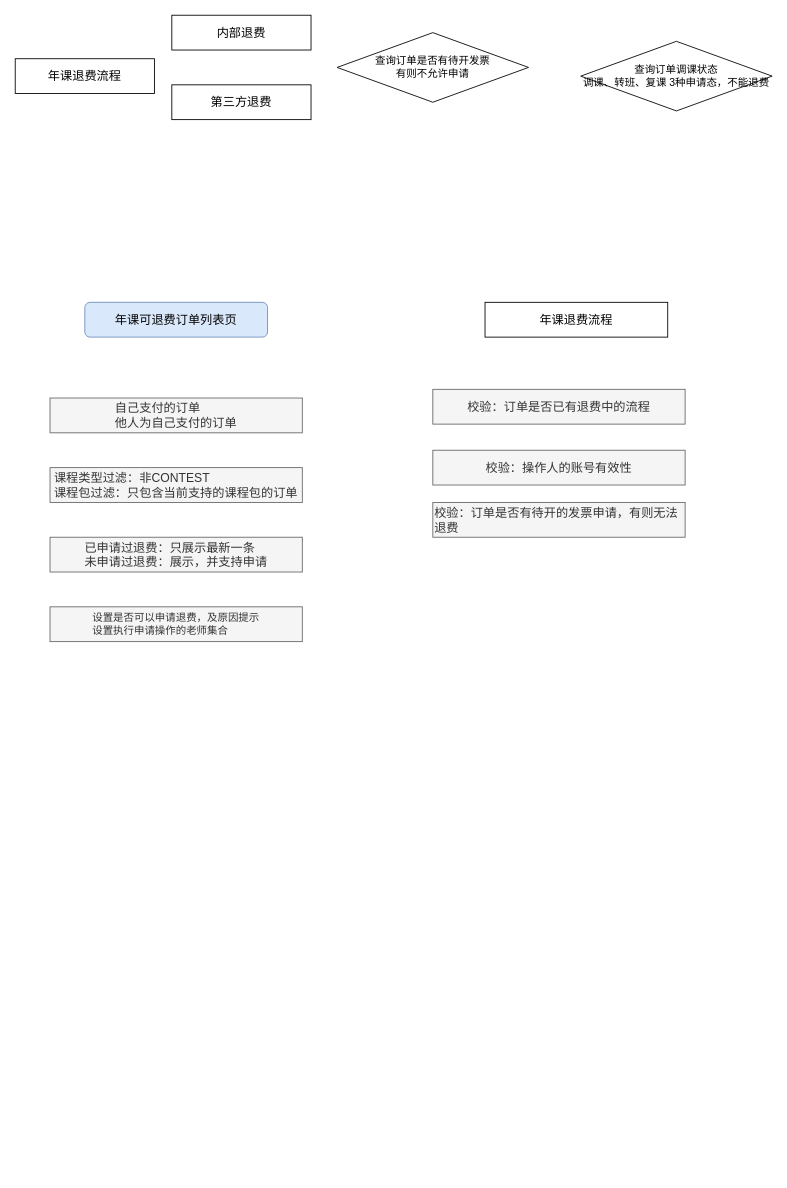
Before: 核桃-班级业务概念.drawio in hongweilv-whu/flowCharts, a draw.io diagram. Source tidied: cells renumbered, new cells numbered last; positions are measured from the earlier drawing's top-left corner, leaving out a move shared by most shapes. Both pictures are drawn from the tidied source at 87%, with x=0, y=0 at pixel (15, 15).
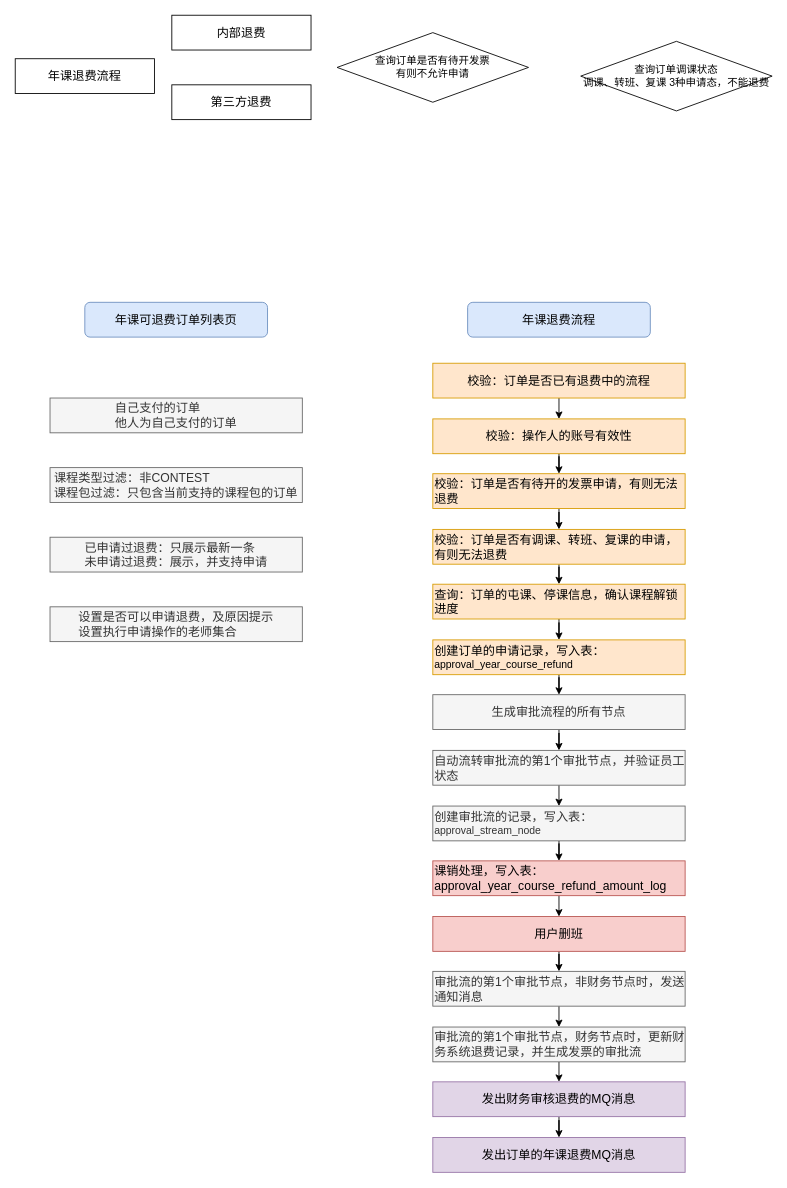
After the change.

Commit message (it also covers changes not shown here):
更新核桃-班级业务概念.drawio

Change to the diagram source:
```diff
@@
-    <mxCell id="8" value="&lt;font style=&quot;font-size: 14px;&quot;&gt;年课退费流程&lt;/font&gt;" style="rounded=0;whiteSpace=wrap;html=1;" parent="1" vertex="1">
-      <mxGeometry x="540" y="330" width="210" height="40" as="geometry" />
+    <mxCell id="8" value="&lt;font style=&quot;font-size: 14px;&quot;&gt;年课退费流程&lt;/font&gt;" style="rounded=1;whiteSpace=wrap;html=1;fillColor=#dae8fc;strokeColor=#6c8ebf;" parent="1" vertex="1">
+      <mxGeometry x="520" y="330" width="210" height="40" as="geometry" />
     </mxCell>
-    <mxCell id="9" value="&lt;div style=&quot;text-align: left;&quot;&gt;&lt;span style=&quot;font-size: 14px; background-color: initial;&quot;&gt;自己支付的订单&lt;/span&gt;&lt;/div&gt;&lt;font style=&quot;font-size: 14px;&quot;&gt;&lt;div style=&quot;text-align: left;&quot;&gt;&lt;span style=&quot;background-color: initial;&quot;&gt;他人为自己支付的订单&lt;/span&gt;&lt;/div&gt;&lt;/font&gt;" style="rounded=0;whiteSpace=wrap;html=1;fillColor=#f5f5f5;fontColor=#333333;strokeColor=#666666;" parent="1" vertex="1">
+    <mxCell id="9" value="&lt;div style=&quot;text-align: left; font-size: 14px;&quot;&gt;&lt;span style=&quot;font-size: 14px; background-color: initial;&quot;&gt;自己支付的订单&lt;/span&gt;&lt;/div&gt;&lt;font style=&quot;font-size: 14px;&quot;&gt;&lt;div style=&quot;text-align: left; font-size: 14px;&quot;&gt;&lt;span style=&quot;background-color: initial; font-size: 14px;&quot;&gt;他人为自己支付的订单&lt;/span&gt;&lt;/div&gt;&lt;/font&gt;" style="rounded=0;whiteSpace=wrap;html=1;fillColor=#f5f5f5;fontColor=#333333;strokeColor=#666666;fontSize=14;" parent="1" vertex="1">
       <mxGeometry x="40" y="440" width="290" height="40" as="geometry" />
     </mxCell>
-    <mxCell id="10" value="&lt;div style=&quot;text-align: left;&quot;&gt;&lt;span style=&quot;font-size: 14px;&quot;&gt;课程类型过滤：非CONTEST&lt;/span&gt;&lt;/div&gt;&lt;div style=&quot;text-align: left;&quot;&gt;&lt;span style=&quot;font-size: 14px;&quot;&gt;课程包过滤：只包含当前支持的课程包的订单&lt;/span&gt;&lt;/div&gt;" style="rounded=0;whiteSpace=wrap;html=1;fillColor=#f5f5f5;fontColor=#333333;strokeColor=#666666;" parent="1" vertex="1">
+    <mxCell id="10" value="&lt;div style=&quot;text-align: left; font-size: 14px;&quot;&gt;&lt;span style=&quot;font-size: 14px;&quot;&gt;课程类型过滤：非CONTEST&lt;/span&gt;&lt;/div&gt;&lt;div style=&quot;text-align: left; font-size: 14px;&quot;&gt;&lt;span style=&quot;font-size: 14px;&quot;&gt;课程包过滤：只包含当前支持的课程包的订单&lt;/span&gt;&lt;/div&gt;" style="rounded=0;whiteSpace=wrap;html=1;fillColor=#f5f5f5;fontColor=#333333;strokeColor=#666666;fontSize=14;" parent="1" vertex="1">
       <mxGeometry x="40" y="520" width="290" height="40" as="geometry" />
     </mxCell>
-    <mxCell id="11" value="&lt;div style=&quot;text-align: left;&quot;&gt;&lt;span style=&quot;font-size: 14px;&quot;&gt;已申请过退费：只展示最新一条&lt;/span&gt;&lt;/div&gt;&lt;div style=&quot;text-align: left;&quot;&gt;&lt;span style=&quot;font-size: 14px;&quot;&gt;未申请过退费：展示，并支持申请&lt;/span&gt;&lt;/div&gt;" style="rounded=0;whiteSpace=wrap;html=1;fillColor=#f5f5f5;fontColor=#333333;strokeColor=#666666;" parent="1" vertex="1">
+    <mxCell id="11" value="&lt;div style=&quot;text-align: left; font-size: 14px;&quot;&gt;&lt;span style=&quot;font-size: 14px;&quot;&gt;已申请过退费：只展示最新一条&lt;/span&gt;&lt;/div&gt;&lt;div style=&quot;text-align: left; font-size: 14px;&quot;&gt;&lt;span style=&quot;font-size: 14px;&quot;&gt;未申请过退费：展示，并支持申请&lt;/span&gt;&lt;/div&gt;" style="rounded=0;whiteSpace=wrap;html=1;fillColor=#f5f5f5;fontColor=#333333;strokeColor=#666666;fontSize=14;" parent="1" vertex="1">
       <mxGeometry x="40" y="600" width="290" height="40" as="geometry" />
     </mxCell>
-    <mxCell id="12" value="&lt;div style=&quot;text-align: left;&quot;&gt;设置是否可以申请退费，及原因提示&lt;br&gt;设置执行申请操作的老师集合&lt;/div&gt;" style="rounded=0;whiteSpace=wrap;html=1;fillColor=#f5f5f5;fontColor=#333333;strokeColor=#666666;" parent="1" vertex="1">
+    <mxCell id="12" value="&lt;div style=&quot;text-align: left; font-size: 14px;&quot;&gt;设置是否可以申请退费，及原因提示&lt;br style=&quot;font-size: 14px;&quot;&gt;设置执行申请操作的老师集合&lt;/div&gt;" style="rounded=0;whiteSpace=wrap;html=1;fillColor=#f5f5f5;fontColor=#333333;strokeColor=#666666;fontSize=14;" parent="1" vertex="1">
       <mxGeometry x="40" y="680" width="290" height="40" as="geometry" />
     </mxCell>
+    <mxCell id="16" style="edgeStyle=orthogonalEdgeStyle;rounded=0;jettySize=auto;html=1;exitX=0.5;exitY=1;exitDx=0;exitDy=0;entryX=0.5;entryY=0;entryDx=0;entryDy=0;" parent="1" edge="1" source="13" target="14">
+      <mxGeometry relative="1" as="geometry" />
+    </mxCell>
-    <mxCell id="13" value="&lt;div style=&quot;text-align: left;&quot;&gt;&lt;span style=&quot;font-size: 14px;&quot;&gt;校验：订单是否已有退费中的流程&lt;/span&gt;&lt;/div&gt;" style="rounded=0;whiteSpace=wrap;html=1;fillColor=#f5f5f5;fontColor=#333333;strokeColor=#666666;" parent="1" vertex="1">
-      <mxGeometry x="480" y="430" width="290" height="40" as="geometry" />
+    <mxCell id="13" value="&lt;div style=&quot;&quot;&gt;&lt;span style=&quot;font-size: 14px;&quot;&gt;校验：订单是否已有退费中的流程&lt;/span&gt;&lt;/div&gt;" style="rounded=0;whiteSpace=wrap;html=1;fillColor=#ffe6cc;strokeColor=#d79b00;align=center;" parent="1" vertex="1">
+      <mxGeometry x="480" y="400" width="290" height="40" as="geometry" />
     </mxCell>
+    <mxCell id="17" style="edgeStyle=orthogonalEdgeStyle;rounded=0;jettySize=auto;html=1;exitX=0.5;exitY=1;exitDx=0;exitDy=0;" parent="1" edge="1" source="14" target="15">
+      <mxGeometry relative="1" as="geometry" />
+    </mxCell>
-    <mxCell id="14" value="&lt;div style=&quot;&quot;&gt;&lt;span style=&quot;font-size: 14px;&quot;&gt;校验：操作人的账号有效性&lt;/span&gt;&lt;/div&gt;" style="rounded=0;whiteSpace=wrap;html=1;fillColor=#f5f5f5;fontColor=#333333;strokeColor=#666666;align=center;" parent="1" vertex="1">
-      <mxGeometry x="480" y="500" width="290" height="40" as="geometry" />
+    <mxCell id="14" value="&lt;div style=&quot;&quot;&gt;&lt;span style=&quot;font-size: 14px;&quot;&gt;校验：操作人的账号有效性&lt;/span&gt;&lt;/div&gt;" style="rounded=0;whiteSpace=wrap;html=1;fillColor=#ffe6cc;strokeColor=#d79b00;align=center;" parent="1" vertex="1">
+      <mxGeometry x="480" y="464" width="290" height="40" as="geometry" />
     </mxCell>
+    <mxCell id="18" style="edgeStyle=orthogonalEdgeStyle;rounded=0;jettySize=auto;html=1;exitX=0.5;exitY=1;exitDx=0;exitDy=0;" parent="1" edge="1" source="15" target="20">
+      <mxGeometry relative="1" as="geometry" />
+    </mxCell>
-    <mxCell id="15" value="&lt;div style=&quot;&quot;&gt;&lt;span style=&quot;font-size: 14px;&quot;&gt;校验：订单是否有待开的发票申请，有则无法退费&lt;/span&gt;&lt;/div&gt;" style="rounded=0;whiteSpace=wrap;html=1;fillColor=#f5f5f5;fontColor=#333333;strokeColor=#666666;align=left;" parent="1" vertex="1">
-      <mxGeometry x="480" y="560" width="290" height="40" as="geometry" />
+    <mxCell id="15" value="&lt;div style=&quot;&quot;&gt;&lt;span style=&quot;font-size: 14px;&quot;&gt;校验：订单是否有待开的发票申请，有则无法退费&lt;/span&gt;&lt;/div&gt;" style="rounded=0;whiteSpace=wrap;html=1;fillColor=#ffe6cc;strokeColor=#d79b00;align=left;" parent="1" vertex="1">
+      <mxGeometry x="480" y="527" width="290" height="40" as="geometry" />
     </mxCell>
+    <mxCell id="19" style="edgeStyle=orthogonalEdgeStyle;rounded=0;jettySize=auto;html=1;exitX=0.5;exitY=1;exitDx=0;exitDy=0;" parent="1" edge="1" source="20" target="22">
+      <mxGeometry relative="1" as="geometry" />
+    </mxCell>
+    <mxCell id="20" value="&lt;div style=&quot;&quot;&gt;&lt;span style=&quot;font-size: 14px;&quot;&gt;校验：订单是否有调课、转班、复课的申请，有则无法退费&lt;/span&gt;&lt;/div&gt;" style="rounded=0;whiteSpace=wrap;html=1;fillColor=#ffe6cc;strokeColor=#d79b00;align=left;" parent="1" vertex="1">
+      <mxGeometry x="480" y="591" width="290" height="40" as="geometry" />
+    </mxCell>
+    <mxCell id="21" style="edgeStyle=orthogonalEdgeStyle;rounded=0;jettySize=auto;html=1;exitX=0.5;exitY=1;exitDx=0;exitDy=0;" parent="1" edge="1" source="22" target="24">
+      <mxGeometry relative="1" as="geometry" />
+    </mxCell>
+    <mxCell id="22" value="&lt;div style=&quot;&quot;&gt;&lt;span style=&quot;font-size: 14px;&quot;&gt;查询：订单的屯课、停课信息，确认课程解锁进度&lt;/span&gt;&lt;/div&gt;" style="rounded=0;whiteSpace=wrap;html=1;fillColor=#ffe6cc;strokeColor=#d79b00;align=left;" parent="1" vertex="1">
+      <mxGeometry x="480" y="654" width="290" height="40" as="geometry" />
+    </mxCell>
+    <mxCell id="23" style="edgeStyle=orthogonalEdgeStyle;rounded=0;jettySize=auto;html=1;exitX=0.5;exitY=1;exitDx=0;exitDy=0;" parent="1" edge="1" source="24" target="26">
+      <mxGeometry relative="1" as="geometry" />
+    </mxCell>
+    <mxCell id="24" value="&lt;div style=&quot;&quot;&gt;&lt;span style=&quot;font-size: 14px;&quot;&gt;创建订单的申请记录，写入表：&lt;/span&gt;&lt;/div&gt;approval_year_course_refund" style="rounded=0;whiteSpace=wrap;html=1;fillColor=#ffe6cc;strokeColor=#d79b00;align=left;" parent="1" vertex="1">
+      <mxGeometry x="480" y="718" width="290" height="40" as="geometry" />
+    </mxCell>
+    <mxCell id="25" style="edgeStyle=orthogonalEdgeStyle;rounded=0;jettySize=auto;html=1;exitX=0.5;exitY=1;exitDx=0;exitDy=0;" parent="1" edge="1" source="26" target="30">
+      <mxGeometry relative="1" as="geometry" />
+    </mxCell>
+    <mxCell id="26" value="&lt;span style=&quot;font-size: 14px;&quot;&gt;生成审批流程的所有节点&lt;/span&gt;&lt;div style=&quot;&quot;&gt;&lt;/div&gt;" style="rounded=0;whiteSpace=wrap;html=1;fillColor=#f5f5f5;fontColor=#333333;strokeColor=#666666;align=center;" parent="1" vertex="1">
+      <mxGeometry x="480" y="781" width="290" height="40" as="geometry" />
+    </mxCell>
+    <mxCell id="27" style="edgeStyle=orthogonalEdgeStyle;rounded=0;jettySize=auto;html=1;exitX=0.5;exitY=1;exitDx=0;exitDy=0;" parent="1" edge="1" source="28" target="32">
+      <mxGeometry relative="1" as="geometry" />
+    </mxCell>
+    <mxCell id="28" value="&lt;div style=&quot;&quot;&gt;&lt;span style=&quot;font-size: 14px;&quot;&gt;创建审批流的记录，写入表：&lt;/span&gt;&lt;/div&gt;approval_stream_node" style="rounded=0;whiteSpace=wrap;html=1;fillColor=#f5f5f5;fontColor=#333333;strokeColor=#666666;align=left;" parent="1" vertex="1">
+      <mxGeometry x="480" y="909" width="290" height="40" as="geometry" />
+    </mxCell>
+    <mxCell id="29" style="edgeStyle=orthogonalEdgeStyle;rounded=0;jettySize=auto;html=1;exitX=0.5;exitY=1;exitDx=0;exitDy=0;entryX=0.5;entryY=0;entryDx=0;entryDy=0;" parent="1" edge="1" source="30" target="28">
+      <mxGeometry relative="1" as="geometry" />
+    </mxCell>
+    <mxCell id="30" value="&lt;span style=&quot;font-size: 14px;&quot;&gt;自动流转审批流的第1个审批节点，并验证员工状态&lt;/span&gt;&lt;div style=&quot;&quot;&gt;&lt;/div&gt;" style="rounded=0;whiteSpace=wrap;html=1;fillColor=#f5f5f5;fontColor=#333333;strokeColor=#666666;align=left;" parent="1" vertex="1">
+      <mxGeometry x="480" y="845" width="290" height="40" as="geometry" />
+    </mxCell>
+    <mxCell id="31" style="edgeStyle=orthogonalEdgeStyle;rounded=0;jettySize=auto;html=1;exitX=0.5;exitY=1;exitDx=0;exitDy=0;entryX=0.5;entryY=0;entryDx=0;entryDy=0;" parent="1" edge="1" source="32" target="34">
+      <mxGeometry relative="1" as="geometry" />
+    </mxCell>
+    <mxCell id="32" value="&lt;font style=&quot;font-size: 14px;&quot;&gt;课销处理，写入表：approval_year_course_refund_amount_log&lt;/font&gt;&lt;br&gt;&lt;div style=&quot;&quot;&gt;&lt;/div&gt;" style="rounded=0;whiteSpace=wrap;html=1;fillColor=#f8cecc;strokeColor=#b85450;align=left;" parent="1" vertex="1">
+      <mxGeometry x="480" y="972" width="290" height="40" as="geometry" />
+    </mxCell>
+    <mxCell id="33" style="edgeStyle=orthogonalEdgeStyle;rounded=0;jettySize=auto;html=1;exitX=0.5;exitY=1;exitDx=0;exitDy=0;" parent="1" edge="1" source="34" target="36">
+      <mxGeometry relative="1" as="geometry" />
+    </mxCell>
+    <mxCell id="34" value="&lt;font style=&quot;font-size: 14px;&quot;&gt;用户删班&lt;/font&gt;&lt;br&gt;&lt;div style=&quot;&quot;&gt;&lt;/div&gt;" style="rounded=0;whiteSpace=wrap;html=1;fillColor=#f8cecc;strokeColor=#b85450;align=center;" parent="1" vertex="1">
+      <mxGeometry x="480" y="1036" width="290" height="40" as="geometry" />
+    </mxCell>
+    <mxCell id="35" style="edgeStyle=orthogonalEdgeStyle;rounded=0;jettySize=auto;html=1;exitX=0.5;exitY=1;exitDx=0;exitDy=0;entryX=0.5;entryY=0;entryDx=0;entryDy=0;" parent="1" edge="1" source="36" target="38">
+      <mxGeometry relative="1" as="geometry" />
+    </mxCell>
+    <mxCell id="36" value="&lt;span style=&quot;font-size: 14px;&quot;&gt;审批流的第1个审批节点，非财务节点时，发送通知消息&lt;/span&gt;&lt;div style=&quot;&quot;&gt;&lt;/div&gt;" style="rounded=0;whiteSpace=wrap;html=1;fillColor=#f5f5f5;fontColor=#333333;strokeColor=#666666;align=left;" parent="1" vertex="1">
+      <mxGeometry x="480" y="1099" width="290" height="40" as="geometry" />
+    </mxCell>
+    <mxCell id="37" style="edgeStyle=orthogonalEdgeStyle;rounded=0;jettySize=auto;html=1;exitX=0.5;exitY=1;exitDx=0;exitDy=0;entryX=0.5;entryY=0;entryDx=0;entryDy=0;" parent="1" edge="1" source="38" target="40">
+      <mxGeometry relative="1" as="geometry" />
+    </mxCell>
+    <mxCell id="38" value="&lt;span style=&quot;font-size: 14px;&quot;&gt;审批流的第1个审批节点，财务节点时，更新财务系统退费记录，并生成发票的审批流&lt;/span&gt;&lt;div style=&quot;&quot;&gt;&lt;/div&gt;" style="rounded=0;whiteSpace=wrap;html=1;fillColor=#f5f5f5;fontColor=#333333;strokeColor=#666666;align=left;" parent="1" vertex="1">
+      <mxGeometry x="480" y="1163" width="290" height="40" as="geometry" />
+    </mxCell>
+    <mxCell id="39" style="edgeStyle=orthogonalEdgeStyle;rounded=0;jettySize=auto;html=1;exitX=0.5;exitY=1;exitDx=0;exitDy=0;" parent="1" edge="1" source="40" target="41">
+      <mxGeometry relative="1" as="geometry" />
+    </mxCell>
+    <mxCell id="40" value="&lt;span style=&quot;font-size: 14px;&quot;&gt;发出财务审核退费的MQ消息&lt;/span&gt;&lt;div style=&quot;&quot;&gt;&lt;/div&gt;" style="rounded=0;whiteSpace=wrap;html=1;fillColor=#e1d5e7;strokeColor=#9673a6;align=center;" parent="1" vertex="1">
+      <mxGeometry x="480" y="1226" width="290" height="40" as="geometry" />
+    </mxCell>
+    <mxCell id="41" value="&lt;span style=&quot;font-size: 14px;&quot;&gt;发出订单的年课退费MQ消息&lt;/span&gt;&lt;div style=&quot;&quot;&gt;&lt;/div&gt;" style="rounded=0;whiteSpace=wrap;html=1;fillColor=#e1d5e7;strokeColor=#9673a6;align=center;" parent="1" vertex="1">
+      <mxGeometry x="480" y="1290" width="290" height="40" as="geometry" />
+    </mxCell>
```
